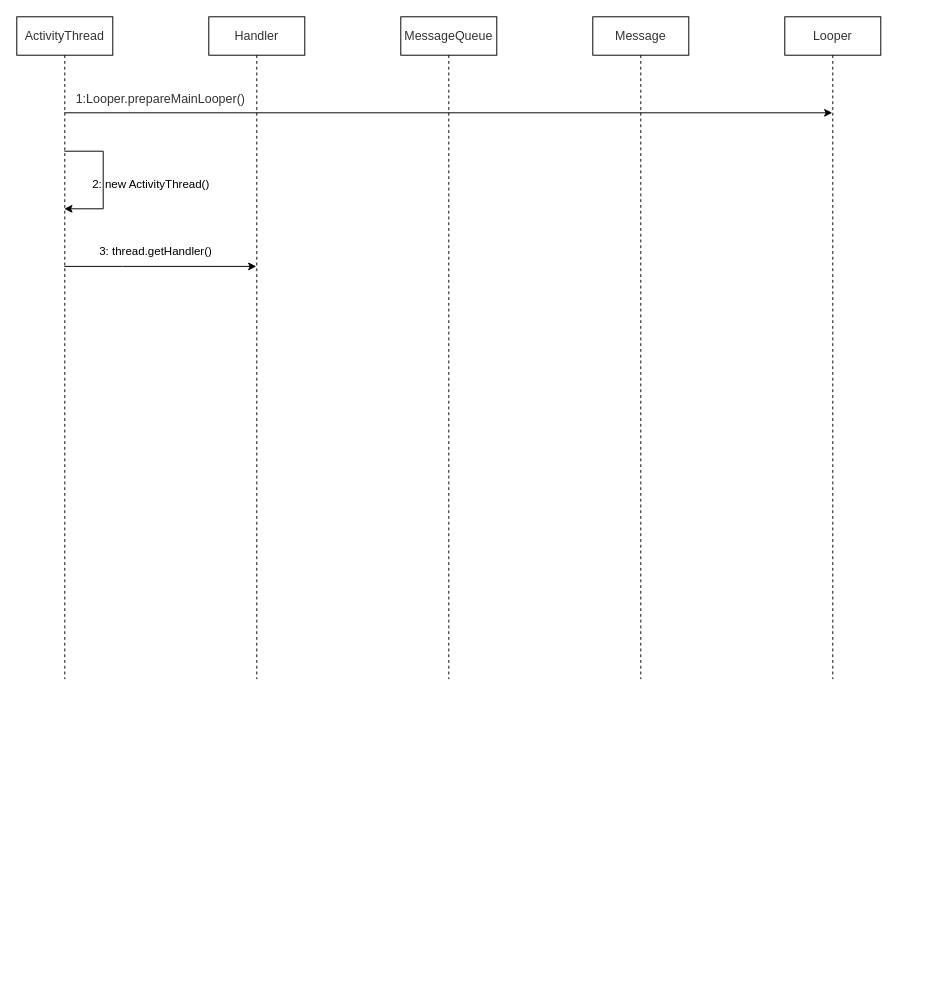
The draw.io diagram 未命名绘图.drawio in q1575825411/Learnkotlin, before the edit. Source tidied: cells renumbered, new cells numbered last; positions are measured from the earlier drawing's top-left corner, leaving out a move shared by most shapes. Both pictures are drawn from the tidied source at 96%, with x=0, y=0 at pixel (16, 16).
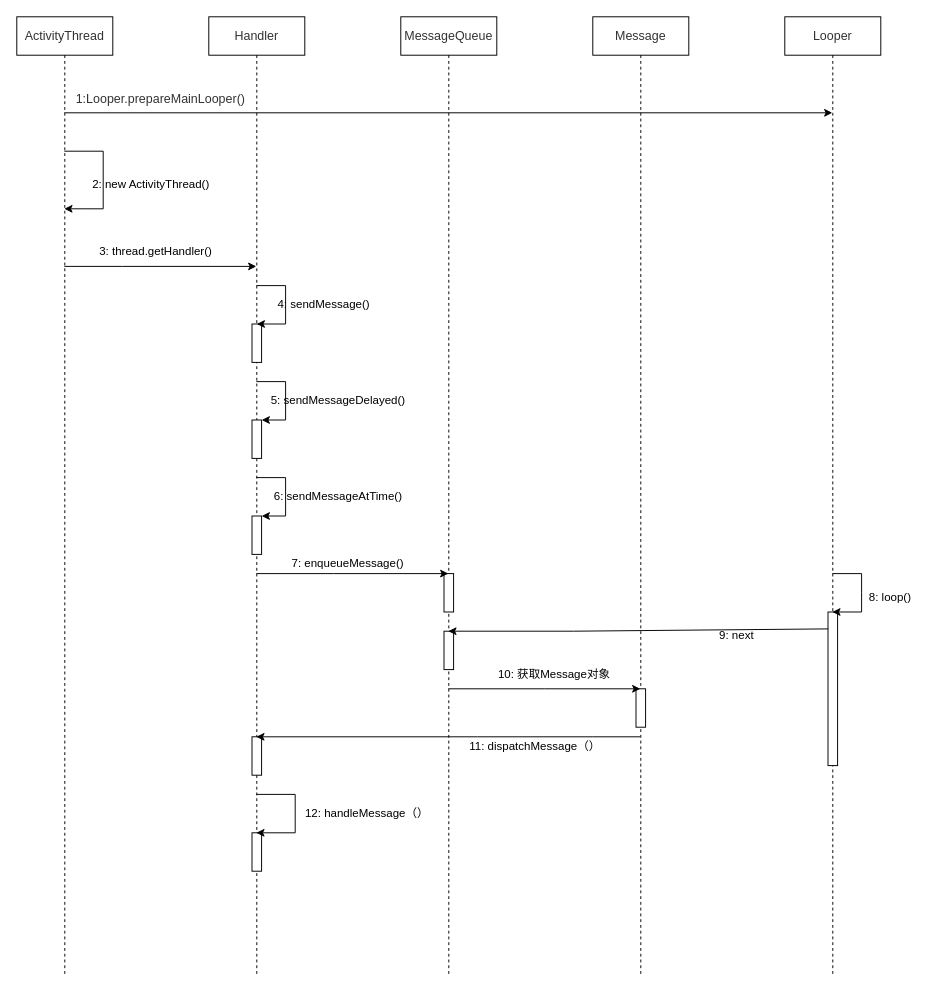
Above is the later version.

Commit message:
更新未命名绘图.drawio

What changed in the source:
```diff
@@
     <mxCell id="2" value="&lt;span style=&quot;color: rgb(50, 50, 50); font-family: 微软雅黑; font-size: 13px; background-color: rgba(255, 255, 255, 0.01);&quot;&gt;ActivityThread&lt;/span&gt;" style="shape=umlLifeline;perimeter=lifelinePerimeter;whiteSpace=wrap;html=1;outlineConnect=0;" parent="1" vertex="1">
-      <mxGeometry width="100" height="690" as="geometry" />
+      <mxGeometry width="100" height="1000" as="geometry" />
     </mxCell>
     <mxCell id="3" value="&lt;span style=&quot;color: rgb(50, 50, 50); font-family: 微软雅黑; font-size: 13px; background-color: rgba(255, 255, 255, 0.01);&quot;&gt;Handler&lt;/span&gt;" style="shape=umlLifeline;perimeter=lifelinePerimeter;whiteSpace=wrap;html=1;outlineConnect=0;" parent="1" vertex="1">
-      <mxGeometry x="200" width="100" height="690" as="geometry" />
+      <mxGeometry x="200" width="100" height="1000" as="geometry" />
     </mxCell>
+    <mxCell id="13" style="html=1;perimeter=orthogonalPerimeter;rounded=0;shadow=0;comic=0;labelBackgroundColor=none;strokeWidth=1;fontFamily=Verdana;fontSize=12;align=center;" parent="3" vertex="1">
+      <mxGeometry x="45" y="320" width="10" height="40" as="geometry" />
+    </mxCell>
+    <mxCell id="14" style="html=1;perimeter=orthogonalPerimeter;rounded=0;shadow=0;comic=0;labelBackgroundColor=none;strokeWidth=1;fontFamily=Verdana;fontSize=12;align=center;" parent="3" vertex="1">
+      <mxGeometry x="45" y="420" width="10" height="40" as="geometry" />
+    </mxCell>
+    <mxCell id="15" style="endArrow=classic;html=1;rounded=0;fontSize=12;" parent="3" edge="1" source="3">
+      <mxGeometry relative="1" as="geometry">
+        <mxPoint x="55" y="420" as="targetPoint" />
+        <Array as="points">
+          <mxPoint x="80" y="380" />
+          <mxPoint x="80" y="400" />
+          <mxPoint x="80" y="420" />
+          <mxPoint x="55.1" y="420" />
+        </Array>
+      </mxGeometry>
+    </mxCell>
+    <mxCell id="16" style="html=1;perimeter=orthogonalPerimeter;rounded=0;shadow=0;comic=0;labelBackgroundColor=none;strokeWidth=1;fontFamily=Verdana;fontSize=12;align=center;" parent="3" vertex="1">
+      <mxGeometry x="45" y="520" width="10" height="40" as="geometry" />
+    </mxCell>
+    <mxCell id="17" style="endArrow=classic;html=1;rounded=0;fontSize=12;" parent="3" edge="1" source="3">
+      <mxGeometry relative="1" as="geometry">
+        <mxPoint x="55" y="520" as="targetPoint" />
+        <Array as="points">
+          <mxPoint x="80" y="480" />
+          <mxPoint x="80" y="520" />
+          <mxPoint x="55.1" y="520" />
+        </Array>
+      </mxGeometry>
+    </mxCell>
+    <mxCell id="18" style="html=1;perimeter=orthogonalPerimeter;rounded=0;shadow=0;comic=0;labelBackgroundColor=none;strokeWidth=1;fontFamily=Verdana;fontSize=12;align=center;" parent="3" vertex="1">
+      <mxGeometry x="45" y="750" width="10" height="40" as="geometry" />
+    </mxCell>
+    <mxCell id="19" style="html=1;perimeter=orthogonalPerimeter;rounded=0;shadow=0;comic=0;labelBackgroundColor=none;strokeWidth=1;fontFamily=Verdana;fontSize=12;align=center;" parent="3" vertex="1">
+      <mxGeometry x="45" y="850" width="10" height="40" as="geometry" />
+    </mxCell>
     <mxCell id="4" value="&lt;span style=&quot;color: rgb(50, 50, 50); font-family: 微软雅黑; font-size: 13px; background-color: rgba(255, 255, 255, 0.01);&quot;&gt;MessageQueue&lt;/span&gt;" style="shape=umlLifeline;perimeter=lifelinePerimeter;whiteSpace=wrap;html=1;outlineConnect=0;" parent="1" vertex="1">
-      <mxGeometry x="400" width="100" height="690" as="geometry" />
+      <mxGeometry x="400" width="100" height="1000" as="geometry" />
     </mxCell>
+    <mxCell id="20" style="html=1;perimeter=orthogonalPerimeter;rounded=0;shadow=0;comic=0;labelBackgroundColor=none;strokeWidth=1;fontFamily=Verdana;fontSize=12;align=center;" parent="4" vertex="1">
+      <mxGeometry x="45" y="580" width="10" height="40" as="geometry" />
+    </mxCell>
+    <mxCell id="21" style="html=1;perimeter=orthogonalPerimeter;rounded=0;shadow=0;comic=0;labelBackgroundColor=none;strokeWidth=1;fontFamily=Verdana;fontSize=12;align=center;" parent="4" vertex="1">
+      <mxGeometry x="45" y="640" width="10" height="40" as="geometry" />
+    </mxCell>
     <mxCell id="5" value="&lt;span style=&quot;color: rgb(50, 50, 50); font-family: 微软雅黑; font-size: 13px; background-color: rgba(255, 255, 255, 0.01);&quot;&gt;Message&lt;/span&gt;" style="shape=umlLifeline;perimeter=lifelinePerimeter;whiteSpace=wrap;html=1;outlineConnect=0;" parent="1" vertex="1">
-      <mxGeometry x="600" width="100" height="690" as="geometry" />
+      <mxGeometry x="600" width="100" height="1000" as="geometry" />
     </mxCell>
+    <mxCell id="22" style="html=1;perimeter=orthogonalPerimeter;rounded=0;shadow=0;comic=0;labelBackgroundColor=none;strokeWidth=1;fontFamily=Verdana;fontSize=12;align=center;" parent="5" vertex="1">
+      <mxGeometry x="45" y="700" width="10" height="40" as="geometry" />
+    </mxCell>
     <mxCell id="6" value="&lt;span style=&quot;color: rgb(50, 50, 50); font-family: 微软雅黑; font-size: 13px; background-color: rgba(255, 255, 255, 0.01);&quot;&gt;Looper&lt;/span&gt;" style="shape=umlLifeline;perimeter=lifelinePerimeter;whiteSpace=wrap;html=1;outlineConnect=0;" parent="1" vertex="1">
-      <mxGeometry x="800" width="100" height="690" as="geometry" />
+      <mxGeometry x="800" width="100" height="1000" as="geometry" />
     </mxCell>
+    <mxCell id="23" style="html=1;points=[];perimeter=orthogonalPerimeter;rounded=0;shadow=0;comic=0;labelBackgroundColor=none;strokeWidth=1;fontFamily=Verdana;fontSize=12;align=center;" parent="6" vertex="1">
+      <mxGeometry x="45" y="620" width="10" height="160" as="geometry" />
+    </mxCell>
@@
+    <mxCell id="24" style="endArrow=classic;html=1;rounded=0;fontSize=12;" parent="1" edge="1" source="3" target="3">
+      <mxGeometry relative="1" as="geometry">
+        <Array as="points">
+          <mxPoint x="280" y="280" />
+          <mxPoint x="280" y="320" />
+          <mxPoint x="250" y="320" />
+        </Array>
+      </mxGeometry>
+    </mxCell>
+    <mxCell id="25" value="4: sendMessage()" style="text;html=1;strokeColor=none;fillColor=none;align=center;verticalAlign=middle;whiteSpace=wrap;rounded=0;fontSize=12;" parent="1" vertex="1">
+      <mxGeometry x="270" y="290" width="100" height="20" as="geometry" />
+    </mxCell>
+    <mxCell id="26" value="5: sendMessageDelayed()" style="text;html=1;strokeColor=none;fillColor=none;align=center;verticalAlign=middle;whiteSpace=wrap;rounded=0;fontSize=12;" parent="1" vertex="1">
+      <mxGeometry x="260" y="390" width="150" height="20" as="geometry" />
+    </mxCell>
+    <mxCell id="27" value="6: sendMessageAtTime()" style="text;html=1;strokeColor=none;fillColor=none;align=center;verticalAlign=middle;whiteSpace=wrap;rounded=0;fontSize=12;" parent="1" vertex="1">
+      <mxGeometry x="260" y="490" width="150" height="20" as="geometry" />
+    </mxCell>
+    <mxCell id="28" style="endArrow=classic;html=1;rounded=0;fontSize=12;" parent="1" edge="1" source="3" target="4">
+      <mxGeometry relative="1" as="geometry">
+        <Array as="points">
+          <mxPoint x="330" y="580" />
+        </Array>
+      </mxGeometry>
+    </mxCell>
+    <mxCell id="29" value="7: enqueueMessage()" style="text;html=1;strokeColor=none;fillColor=none;align=center;verticalAlign=middle;whiteSpace=wrap;rounded=0;fontSize=12;" parent="1" vertex="1">
+      <mxGeometry x="270" y="560" width="150" height="20" as="geometry" />
+    </mxCell>
+    <mxCell id="30" style="endArrow=classic;html=1;rounded=0;fontSize=12;" parent="1" edge="1" source="6" target="6">
+      <mxGeometry relative="1" as="geometry">
+        <Array as="points">
+          <mxPoint x="880" y="580" />
+          <mxPoint x="880" y="600" />
+          <mxPoint x="880" y="620" />
+        </Array>
+      </mxGeometry>
+    </mxCell>
+    <mxCell id="31" value="8: loop()" style="text;html=1;strokeColor=none;fillColor=none;align=center;verticalAlign=middle;whiteSpace=wrap;rounded=0;fontSize=12;" parent="1" vertex="1">
+      <mxGeometry x="880" y="590" width="60" height="30" as="geometry" />
+    </mxCell>
+    <mxCell id="32" style="endArrow=classic;html=1;rounded=0;fontSize=12;exitX=0.029;exitY=0.11;exitDx=0;exitDy=0;exitPerimeter=0;" parent="1" edge="1" source="23" target="4">
+      <mxGeometry relative="1" as="geometry">
+        <Array as="points">
+          <mxPoint x="580" y="640" />
+        </Array>
+      </mxGeometry>
+    </mxCell>
+    <mxCell id="33" value="9: next" style="text;html=1;strokeColor=none;fillColor=none;align=center;verticalAlign=middle;whiteSpace=wrap;rounded=0;fontSize=12;" parent="1" vertex="1">
+      <mxGeometry x="720" y="630" width="60" height="30" as="geometry" />
+    </mxCell>
+    <mxCell id="34" style="endArrow=classic;html=1;rounded=0;fontSize=12;" parent="1" edge="1" source="4" target="5">
+      <mxGeometry relative="1" as="geometry">
+        <Array as="points">
+          <mxPoint x="550" y="700" />
+        </Array>
+      </mxGeometry>
+    </mxCell>
+    <mxCell id="35" value="10: 获取Message对象" style="text;html=1;strokeColor=none;fillColor=none;align=center;verticalAlign=middle;whiteSpace=wrap;rounded=0;fontSize=12;" parent="1" vertex="1">
+      <mxGeometry x="500" y="670" width="120" height="30" as="geometry" />
+    </mxCell>
+    <mxCell id="36" style="endArrow=classic;html=1;rounded=0;fontSize=12;" parent="1" edge="1" source="5" target="3">
+      <mxGeometry relative="1" as="geometry">
+        <Array as="points">
+          <mxPoint x="650" y="750" />
+          <mxPoint x="600" y="750" />
+          <mxPoint x="480" y="750" />
+        </Array>
+      </mxGeometry>
+    </mxCell>
+    <mxCell id="37" value="11: dispatchMessage（）" style="text;html=1;strokeColor=none;fillColor=none;align=center;verticalAlign=middle;whiteSpace=wrap;rounded=0;fontSize=12;" parent="1" vertex="1">
+      <mxGeometry x="470" y="740" width="140" height="40" as="geometry" />
+    </mxCell>
+    <mxCell id="38" style="endArrow=classic;html=1;rounded=0;fontSize=12;" parent="1" edge="1" source="3" target="3">
+      <mxGeometry relative="1" as="geometry">
+        <Array as="points">
+          <mxPoint x="290" y="810" />
+          <mxPoint x="290" y="850" />
+        </Array>
+      </mxGeometry>
+    </mxCell>
+    <mxCell id="39" value="12: handleMessage（）" style="text;html=1;strokeColor=none;fillColor=none;align=center;verticalAlign=middle;whiteSpace=wrap;rounded=0;fontSize=12;" parent="1" vertex="1">
+      <mxGeometry x="290" y="820" width="150" height="20" as="geometry" />
+    </mxCell>
```
